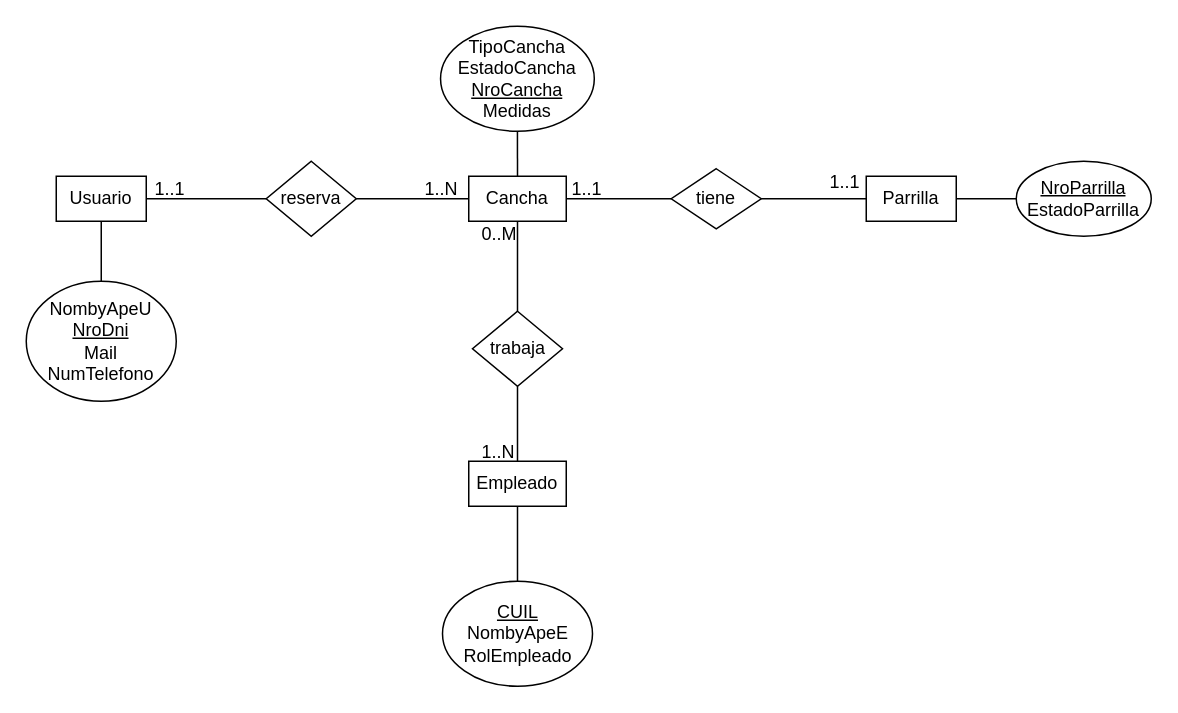
Earlier version of the draw.io diagram f5TPDSW.drawio (santisabb/ejercicios-base_de_datos). Source tidied: cells renumbered, new cells numbered last; positions are measured from the earlier drawing's top-left corner, leaving out a move shared by most shapes. Both pictures are drawn from the tidied source at 150%, with x=0, y=0 at pixel (26, 26).
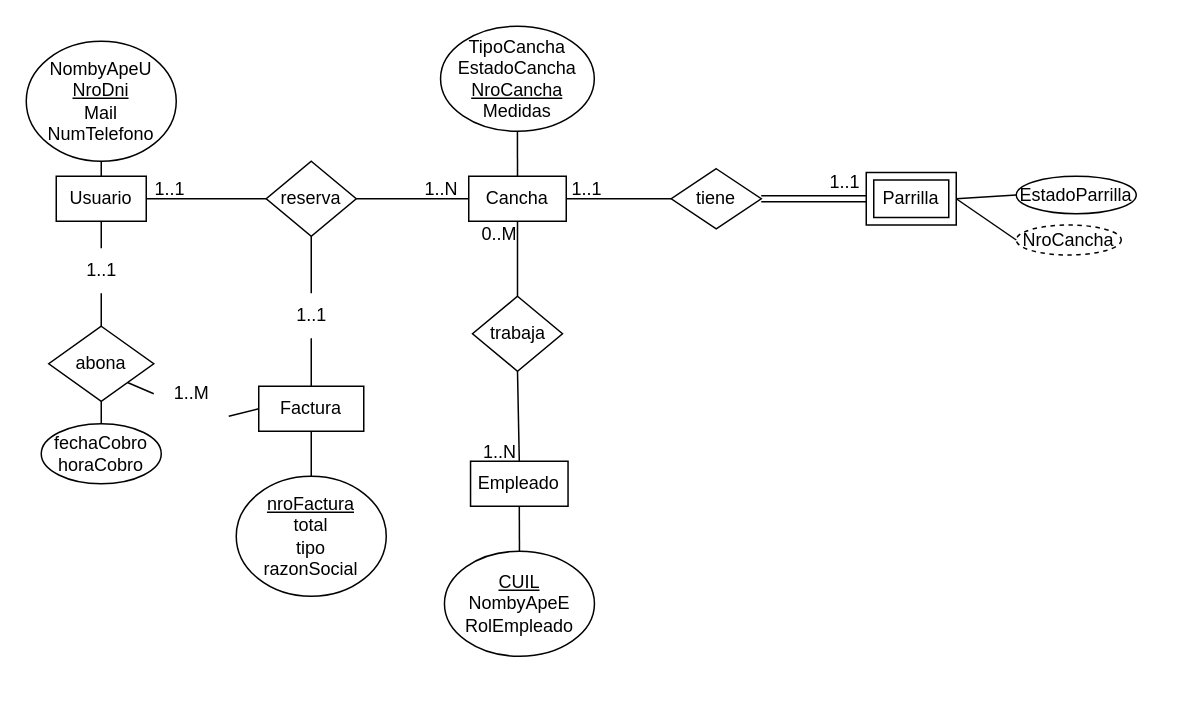
The same diagram, later.

Unchanged cells that the change refers to:
```xml
<mxCell id="2" value="Usuario" style="whiteSpace=wrap;html=1;align=center;" parent="1" vertex="1">
  <mxGeometry x="20" y="100" width="60" height="30" as="geometry" />
</mxCell>
<mxCell id="6" value="reserva" style="shape=rhombus;perimeter=rhombusPerimeter;whiteSpace=wrap;html=1;align=center;" parent="1" vertex="1">
  <mxGeometry x="160" y="90" width="60" height="50" as="geometry" />
</mxCell>
<mxCell id="7" value="tiene" style="shape=rhombus;perimeter=rhombusPerimeter;whiteSpace=wrap;html=1;align=center;" parent="1" vertex="1">
  <mxGeometry x="430" y="95" width="60" height="40" as="geometry" />
</mxCell>
```

Change to the diagram source:
```diff
@@
-    <mxCell id="4" value="Parrilla" style="whiteSpace=wrap;html=1;align=center;" parent="1" vertex="1">
-      <mxGeometry x="560" y="100" width="60" height="30" as="geometry" />
-    </mxCell>
     <mxCell id="5" value="Empleado" style="whiteSpace=wrap;html=1;align=center;" parent="1" vertex="1">
-      <mxGeometry x="295" y="290" width="65" height="30" as="geometry" />
+      <mxGeometry x="296.2" y="290" width="65" height="30" as="geometry" />
     </mxCell>
@@
     <mxCell id="8" value="trabaja" style="shape=rhombus;perimeter=rhombusPerimeter;whiteSpace=wrap;html=1;align=center;" parent="1" vertex="1">
-      <mxGeometry x="297.5" y="190" width="60" height="50" as="geometry" />
+      <mxGeometry x="297.5" y="180" width="60" height="50" as="geometry" />
     </mxCell>
@@
-    <mxCell id="11" value="&lt;u&gt;NroParrilla&lt;/u&gt;&lt;br&gt;EstadoParrilla" style="ellipse;whiteSpace=wrap;html=1;align=center;" parent="1" vertex="1">
-      <mxGeometry x="660" y="90" width="90" height="50" as="geometry" />
+    <mxCell id="11" value="EstadoParrilla" style="ellipse;whiteSpace=wrap;html=1;align=center;" parent="1" vertex="1">
+      <mxGeometry x="660" y="100" width="80" height="25" as="geometry" />
     </mxCell>
@@
     <mxCell id="13" value="NombyApeU&lt;br&gt;&lt;u&gt;NroDni&lt;br&gt;&lt;/u&gt;Mail&lt;br&gt;NumTelefono" style="ellipse;whiteSpace=wrap;html=1;align=center;" parent="1" vertex="1">
-      <mxGeometry y="170" width="100" height="80" as="geometry" />
+      <mxGeometry y="10" width="100" height="80" as="geometry" />
     </mxCell>
-    <mxCell id="14" style="endArrow=none;html=1;rounded=0;exitX=0.5;exitY=1;exitDx=0;exitDy=0;" parent="1" edge="1" source="2" target="13">
+    <mxCell id="14" style="endArrow=none;html=1;rounded=0;exitX=0.5;exitY=0;exitDx=0;exitDy=0;" parent="1" edge="1" source="2" target="13">
       <mxGeometry relative="1" as="geometry" />
     </mxCell>
     <mxCell id="15" value="&lt;u&gt;CUIL&lt;/u&gt;&lt;br&gt;NombyApeE&lt;br&gt;RolEmpleado" style="ellipse;whiteSpace=wrap;html=1;align=center;" parent="1" vertex="1">
-      <mxGeometry x="277.5" y="370" width="100" height="70" as="geometry" />
+      <mxGeometry x="278.8" y="350" width="100" height="70" as="geometry" />
     </mxCell>
@@
-    <mxCell id="22" style="endArrow=none;html=1;rounded=0;exitX=0;exitY=0.5;exitDx=0;exitDy=0;entryX=1;entryY=0.5;entryDx=0;entryDy=0;" parent="1" edge="1" source="4" target="7">
-      <mxGeometry relative="1" as="geometry" />
-    </mxCell>
@@
     <mxCell id="25" value="1..N" style="text;strokeColor=none;fillColor=none;spacingLeft=4;spacingRight=4;overflow=hidden;fontSize=12;whiteSpace=wrap;html=1;" parent="1" vertex="1">
-      <mxGeometry x="297.5" y="270" width="40" height="30" as="geometry" />
+      <mxGeometry x="298.8" y="270" width="40" height="30" as="geometry" />
     </mxCell>
@@
+    <mxCell id="29" value="Factura" style="whiteSpace=wrap;html=1;align=center;" parent="1" vertex="1">
+      <mxGeometry x="155" y="240" width="70" height="30" as="geometry" />
+    </mxCell>
+    <mxCell id="4" value="Parrilla" style="shape=ext;margin=3;double=1;whiteSpace=wrap;html=1;align=center;" parent="1" vertex="1">
+      <mxGeometry x="560" y="97.5" width="60" height="35" as="geometry" />
+    </mxCell>
+    <mxCell id="30" style="endArrow=none;html=1;rounded=0;exitX=0.5;exitY=1;exitDx=0;exitDy=0;entryX=0.5;entryY=0;entryDx=0;entryDy=0;" parent="1" edge="1" source="39" target="29">
+      <mxGeometry relative="1" as="geometry" />
+    </mxCell>
+    <mxCell id="31" style="shape=link;html=1;rounded=0;exitX=1;exitY=0.5;exitDx=0;exitDy=0;entryX=0;entryY=0.5;entryDx=0;entryDy=0;" parent="1" edge="1" source="7" target="4">
+      <mxGeometry relative="1" as="geometry" />
+    </mxCell>
+    <mxCell id="32" style="html=1;whiteSpace=wrap;align=right;verticalAlign=bottom;" parent="31" vertex="1">
+      <mxGeometry x="1" relative="1" as="geometry" />
+    </mxCell>
+    <mxCell id="33" value="abona" style="shape=rhombus;perimeter=rhombusPerimeter;whiteSpace=wrap;html=1;align=center;" parent="1" vertex="1">
+      <mxGeometry x="15" y="200" width="70" height="50" as="geometry" />
+    </mxCell>
+    <mxCell id="34" value="NroCancha" style="ellipse;whiteSpace=wrap;html=1;align=center;dashed=1;" parent="1" vertex="1">
+      <mxGeometry x="660" y="132.5" width="70" height="20" as="geometry" />
+    </mxCell>
+    <mxCell id="35" style="endArrow=none;html=1;rounded=0;exitX=0.5;exitY=1;exitDx=0;exitDy=0;entryX=0.5;entryY=0;entryDx=0;entryDy=0;" parent="1" edge="1" source="43" target="33">
+      <mxGeometry relative="1" as="geometry" />
+    </mxCell>
+    <mxCell id="36" style="endArrow=none;html=1;rounded=0;exitX=1;exitY=0.5;exitDx=0;exitDy=0;entryX=0;entryY=0.5;entryDx=0;entryDy=0;" parent="1" edge="1" source="4" target="34">
+      <mxGeometry relative="1" as="geometry" />
+    </mxCell>
+    <mxCell id="37" style="endArrow=none;html=1;rounded=0;exitX=1;exitY=1;exitDx=0;exitDy=0;entryX=0;entryY=0.5;entryDx=0;entryDy=0;" parent="1" edge="1" source="41" target="29">
+      <mxGeometry relative="1" as="geometry" />
+    </mxCell>
+    <mxCell id="38" style="endArrow=none;html=1;rounded=0;exitX=0.5;exitY=1;exitDx=0;exitDy=0;entryX=0.5;entryY=0;entryDx=0;entryDy=0;" parent="1" edge="1" source="6" target="39">
+      <mxGeometry relative="1" as="geometry" />
+    </mxCell>
+    <mxCell id="39" value="1..1" style="text;html=1;align=center;verticalAlign=middle;points=[];strokeColor=none;fillColor=none;" parent="1" vertex="1">
+      <mxGeometry x="170" y="178" width="40" height="30" as="geometry" />
+    </mxCell>
+    <mxCell id="40" style="endArrow=none;html=1;rounded=0;exitX=1;exitY=1;exitDx=0;exitDy=0;entryX=0;entryY=0.5;entryDx=0;entryDy=0;" parent="1" edge="1" source="33" target="41">
+      <mxGeometry relative="1" as="geometry" />
+    </mxCell>
+    <mxCell id="41" value="1..M" style="text;html=1;align=center;verticalAlign=middle;points=[];strokeColor=none;fillColor=none;" parent="1" vertex="1">
+      <mxGeometry x="85" y="230" width="50" height="30" as="geometry" />
+    </mxCell>
+    <mxCell id="42" style="endArrow=none;html=1;rounded=0;exitX=0.5;exitY=1;exitDx=0;exitDy=0;entryX=0.5;entryY=0;entryDx=0;entryDy=0;" parent="1" edge="1" source="2" target="43">
+      <mxGeometry relative="1" as="geometry" />
+    </mxCell>
+    <mxCell id="43" value="1..1" style="text;html=1;align=center;verticalAlign=middle;points=[];strokeColor=none;fillColor=none;" parent="1" vertex="1">
+      <mxGeometry x="30" y="148" width="40" height="30" as="geometry" />
+    </mxCell>
+    <mxCell id="44" value="&lt;u&gt;nroFactura&lt;/u&gt;&lt;br&gt;total&lt;br&gt;tipo&lt;br&gt;razonSocial" style="ellipse;whiteSpace=wrap;html=1;align=center;" parent="1" vertex="1">
+      <mxGeometry x="140" y="300" width="100" height="80" as="geometry" />
+    </mxCell>
+    <mxCell id="45" style="endArrow=none;html=1;rounded=0;exitX=0.5;exitY=0;exitDx=0;exitDy=0;entryX=0.5;entryY=1;entryDx=0;entryDy=0;" parent="1" edge="1" source="44" target="29">
+      <mxGeometry relative="1" as="geometry" />
+    </mxCell>
+    <mxCell id="46" value="fechaCobro&lt;br&gt;horaCobro" style="ellipse;whiteSpace=wrap;html=1;align=center;" parent="1" vertex="1">
+      <mxGeometry x="10" y="265" width="80" height="40" as="geometry" />
+    </mxCell>
+    <mxCell id="47" style="endArrow=none;html=1;rounded=0;exitX=0.5;exitY=0;exitDx=0;exitDy=0;entryX=0.5;entryY=1;entryDx=0;entryDy=0;" parent="1" edge="1" source="46" target="33">
+      <mxGeometry relative="1" as="geometry" />
+    </mxCell>
```
